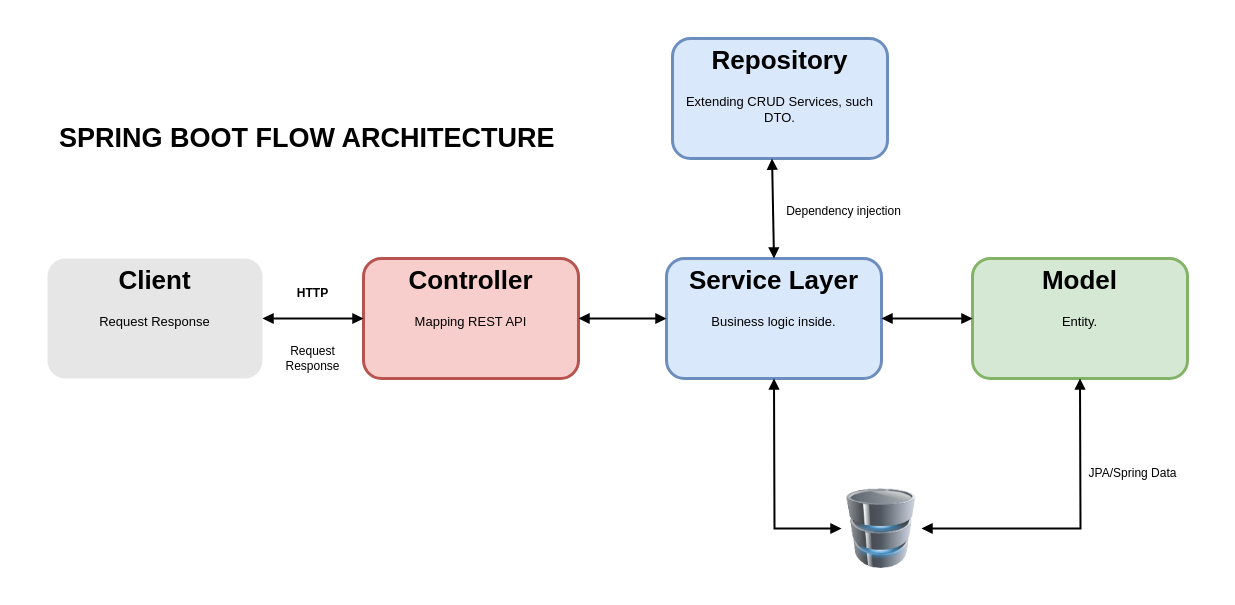
The draw.io diagram RestAPIArchitecture/Spring Boot Flow Architecture.drawio in jarisiber/Flow-architecture, before the edit. Source tidied: cells renumbered, new cells numbered last; positions are measured from the earlier drawing's top-left corner, leaving out a move shared by most shapes. Both pictures are drawn from the tidied source at 100%, with x=0, y=0 at pixel (47, 38).
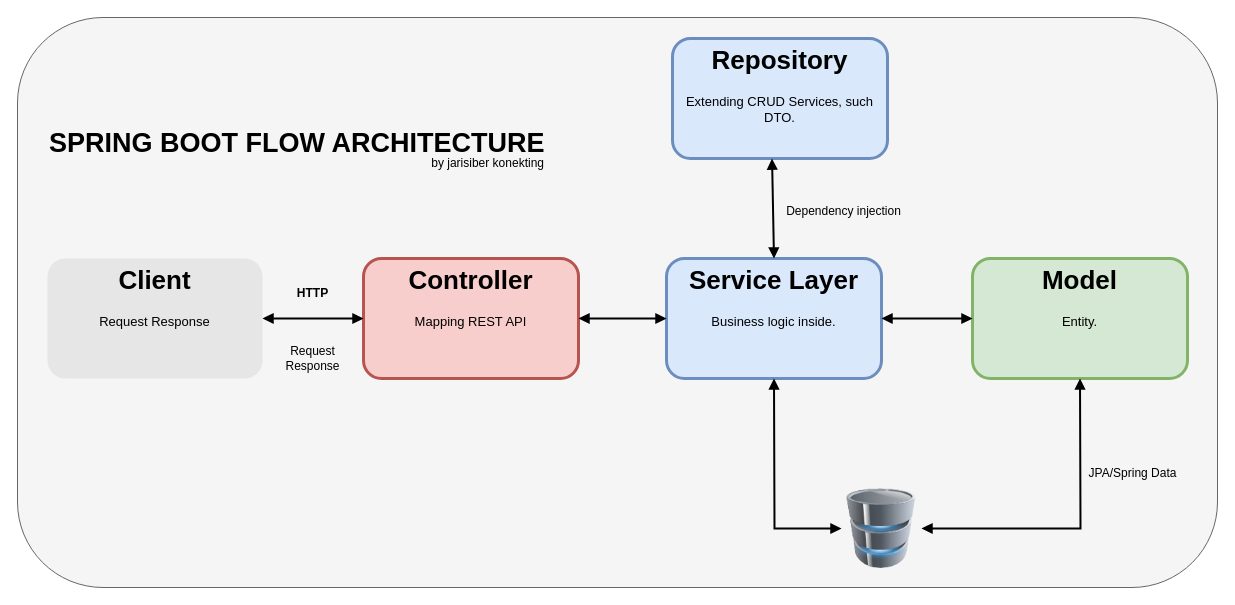
Above is the later version.

Change to the diagram source:
```diff
@@
+    <mxCell id="19" style="rounded=1;whiteSpace=wrap;html=1;fillColor=#f5f5f5;fontColor=#333333;strokeColor=#666666;" parent="1" vertex="1">
+      <mxGeometry x="-30" y="-21" width="1200" height="570" as="geometry" />
+    </mxCell>
@@
     <mxCell id="18" value="SPRING BOOT FLOW ARCHITECTURE" style="text;html=1;align=left;verticalAlign=middle;strokeColor=none;fillColor=none;fontSize=27;fontStyle=1;horizontal=1;" parent="1" vertex="1">
-      <mxGeometry x="10" y="75" width="510" height="50" as="geometry" />
+      <mxGeometry y="80" width="510" height="50" as="geometry" />
     </mxCell>
+    <mxCell id="20" value="by jarisiber konekting" style="text;html=1;align=right;verticalAlign=middle;strokeColor=none;fillColor=none;" parent="1" vertex="1">
+      <mxGeometry x="358" y="110" width="140" height="30" as="geometry" />
+    </mxCell>
```
